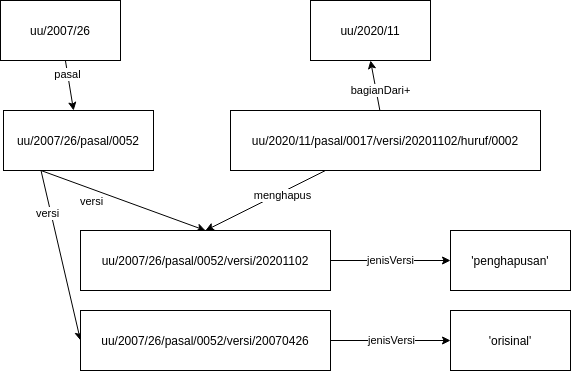
Above: paper/pictures/delete.png in aabccd021/legal-kg (draw.io), before the change. Source tidied: cells renumbered, new cells last; positions are measured from the earlier drawing's top-left corner, leaving out a move shared by most shapes. Its diagram source:
```xml
<mxGraphModel>
  <root>
    <mxCell id="0" />
    <mxCell id="1" parent="0" />
    <mxCell id="2" style="rounded=0;jettySize=auto;html=1;" parent="1" edge="1" source="4" target="9">
      <mxGeometry relative="1" as="geometry" />
    </mxCell>
    <mxCell id="3" value="pasal" style="edgeLabel;html=1;align=center;verticalAlign=middle;" parent="2" vertex="1">
      <mxGeometry x="-0.47" relative="1" as="geometry" />
    </mxCell>
    <mxCell id="4" value="uu/2007/26" style="whiteSpace=wrap;html=1;" parent="1" vertex="1">
      <mxGeometry width="120" height="60" as="geometry" />
    </mxCell>
    <mxCell id="5" style="edgeStyle=none;rounded=0;jettySize=auto;html=1;entryX=0.5;entryY=0;entryDx=0;entryDy=0;exitX=0.25;exitY=1;exitDx=0;exitDy=0;" parent="1" edge="1" source="9" target="12">
      <mxGeometry relative="1" as="geometry" />
    </mxCell>
    <mxCell id="6" value="versi" style="edgeLabel;html=1;align=center;verticalAlign=middle;" parent="5" vertex="1">
      <mxGeometry x="-0.53" y="-2" relative="1" as="geometry">
        <mxPoint x="12.4" y="15.2" as="offset" />
      </mxGeometry>
    </mxCell>
    <mxCell id="7" style="rounded=0;jettySize=auto;html=1;exitX=0.25;exitY=1;exitDx=0;exitDy=0;entryX=0;entryY=0.5;entryDx=0;entryDy=0;" parent="1" edge="1" source="9" target="22">
      <mxGeometry relative="1" as="geometry" />
    </mxCell>
    <mxCell id="8" value="versi" style="edgeLabel;html=1;align=center;verticalAlign=middle;" parent="7" vertex="1">
      <mxGeometry x="-0.52" y="-4" relative="1" as="geometry" />
    </mxCell>
    <mxCell id="9" value="uu/2007/26/pasal/0052" style="whiteSpace=wrap;html=1;" parent="1" vertex="1">
      <mxGeometry x="3" y="110" width="150" height="60" as="geometry" />
    </mxCell>
    <mxCell id="10" style="edgeStyle=none;rounded=0;jettySize=auto;html=1;entryX=0;entryY=0.5;entryDx=0;entryDy=0;" parent="1" edge="1" source="12" target="19">
      <mxGeometry relative="1" as="geometry" />
    </mxCell>
    <mxCell id="11" value="jenisVersi" style="edgeLabel;html=1;align=center;verticalAlign=middle;" parent="10" vertex="1">
      <mxGeometry x="0.26" y="1" relative="1" as="geometry">
        <mxPoint x="-15.8" y="1" as="offset" />
      </mxGeometry>
    </mxCell>
    <mxCell id="12" value="uu/2007/26/pasal/0052/versi/20201102" style="whiteSpace=wrap;html=1;" parent="1" vertex="1">
      <mxGeometry x="80" y="230" width="250" height="60" as="geometry" />
    </mxCell>
    <mxCell id="13" style="edgeStyle=none;rounded=0;jettySize=auto;html=1;entryX=0.5;entryY=1;entryDx=0;entryDy=0;" parent="1" edge="1" source="17" target="18">
      <mxGeometry relative="1" as="geometry" />
    </mxCell>
    <mxCell id="14" value="bagianDari+" style="edgeLabel;html=1;align=center;verticalAlign=middle;" parent="13" vertex="1">
      <mxGeometry x="0.32" y="-3" relative="1" as="geometry">
        <mxPoint x="3.8" y="13.3" as="offset" />
      </mxGeometry>
    </mxCell>
    <mxCell id="15" style="edgeStyle=none;rounded=0;jettySize=auto;html=1;entryX=0.5;entryY=0;entryDx=0;entryDy=0;" parent="1" edge="1" source="17" target="12">
      <mxGeometry relative="1" as="geometry" />
    </mxCell>
    <mxCell id="16" value="menghapus" style="edgeLabel;html=1;align=center;verticalAlign=middle;" parent="15" vertex="1">
      <mxGeometry x="-0.26" y="2" relative="1" as="geometry" />
    </mxCell>
    <mxCell id="17" value="uu/2020/11/pasal/0017/versi/20201102/huruf/0002" style="whiteSpace=wrap;html=1;" parent="1" vertex="1">
      <mxGeometry x="230" y="110" width="310" height="60" as="geometry" />
    </mxCell>
    <mxCell id="18" value="uu/2020/11" style="whiteSpace=wrap;html=1;" parent="1" vertex="1">
      <mxGeometry x="310" width="120" height="60" as="geometry" />
    </mxCell>
    <mxCell id="19" value="'penghapusan'" style="whiteSpace=wrap;html=1;" parent="1" vertex="1">
      <mxGeometry x="450" y="230" width="120" height="60" as="geometry" />
    </mxCell>
    <mxCell id="20" style="edgeStyle=none;rounded=0;jettySize=auto;html=1;entryX=0;entryY=0.5;entryDx=0;entryDy=0;" parent="1" edge="1" source="22" target="23">
      <mxGeometry relative="1" as="geometry" />
    </mxCell>
    <mxCell id="21" value="jenisVersi" style="edgeLabel;html=1;align=center;verticalAlign=middle;" parent="20" vertex="1">
      <mxGeometry x="0.23" y="-2" relative="1" as="geometry">
        <mxPoint x="-14" y="-2" as="offset" />
      </mxGeometry>
    </mxCell>
    <mxCell id="22" value="uu/2007/26/pasal/0052/versi/20070426" style="whiteSpace=wrap;html=1;" parent="1" vertex="1">
      <mxGeometry x="80" y="310" width="250" height="60" as="geometry" />
    </mxCell>
    <mxCell id="23" value="'orisinal'" style="whiteSpace=wrap;html=1;" parent="1" vertex="1">
      <mxGeometry x="450" y="310" width="120" height="60" as="geometry" />
    </mxCell>
  </root>
</mxGraphModel>
```
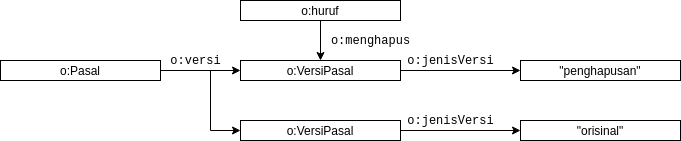
After the change.

The edit, as a diff of the source:
```diff
@@ -2,79 +2,55 @@
   <root>
     <mxCell id="0" />
     <mxCell id="1" parent="0" />
-    <mxCell id="2" style="rounded=0;jettySize=auto;html=1;" parent="1" edge="1" source="4" target="9">
-      <mxGeometry relative="1" as="geometry" />
-    </mxCell>
-    <mxCell id="3" value="pasal" style="edgeLabel;html=1;align=center;verticalAlign=middle;" parent="2" vertex="1">
-      <mxGeometry x="-0.47" relative="1" as="geometry" />
-    </mxCell>
-    <mxCell id="4" value="uu/2007/26" style="whiteSpace=wrap;html=1;" parent="1" vertex="1">
-      <mxGeometry width="120" height="60" as="geometry" />
-    </mxCell>
-    <mxCell id="5" style="edgeStyle=none;rounded=0;jettySize=auto;html=1;entryX=0.5;entryY=0;entryDx=0;entryDy=0;exitX=0.25;exitY=1;exitDx=0;exitDy=0;" parent="1" edge="1" source="9" target="12">
-      <mxGeometry relative="1" as="geometry" />
-    </mxCell>
-    <mxCell id="6" value="versi" style="edgeLabel;html=1;align=center;verticalAlign=middle;" parent="5" vertex="1">
-      <mxGeometry x="-0.53" y="-2" relative="1" as="geometry">
-        <mxPoint x="12.4" y="15.2" as="offset" />
-      </mxGeometry>
-    </mxCell>
-    <mxCell id="7" style="rounded=0;jettySize=auto;html=1;exitX=0.25;exitY=1;exitDx=0;exitDy=0;entryX=0;entryY=0.5;entryDx=0;entryDy=0;" parent="1" edge="1" source="9" target="22">
-      <mxGeometry relative="1" as="geometry" />
-    </mxCell>
-    <mxCell id="8" value="versi" style="edgeLabel;html=1;align=center;verticalAlign=middle;" parent="7" vertex="1">
-      <mxGeometry x="-0.52" y="-4" relative="1" as="geometry" />
-    </mxCell>
-    <mxCell id="9" value="uu/2007/26/pasal/0052" style="whiteSpace=wrap;html=1;" parent="1" vertex="1">
-      <mxGeometry x="3" y="110" width="150" height="60" as="geometry" />
-    </mxCell>
-    <mxCell id="10" style="edgeStyle=none;rounded=0;jettySize=auto;html=1;entryX=0;entryY=0.5;entryDx=0;entryDy=0;" parent="1" edge="1" source="12" target="19">
-      <mxGeometry relative="1" as="geometry" />
-    </mxCell>
-    <mxCell id="11" value="jenisVersi" style="edgeLabel;html=1;align=center;verticalAlign=middle;" parent="10" vertex="1">
-      <mxGeometry x="0.26" y="1" relative="1" as="geometry">
-        <mxPoint x="-15.8" y="1" as="offset" />
-      </mxGeometry>
-    </mxCell>
-    <mxCell id="12" value="uu/2007/26/pasal/0052/versi/20201102" style="whiteSpace=wrap;html=1;" parent="1" vertex="1">
-      <mxGeometry x="80" y="230" width="250" height="60" as="geometry" />
-    </mxCell>
-    <mxCell id="13" style="edgeStyle=none;rounded=0;jettySize=auto;html=1;entryX=0.5;entryY=1;entryDx=0;entryDy=0;" parent="1" edge="1" source="17" target="18">
-      <mxGeometry relative="1" as="geometry" />
-    </mxCell>
-    <mxCell id="14" value="bagianDari+" style="edgeLabel;html=1;align=center;verticalAlign=middle;" parent="13" vertex="1">
-      <mxGeometry x="0.32" y="-3" relative="1" as="geometry">
-        <mxPoint x="3.8" y="13.3" as="offset" />
-      </mxGeometry>
-    </mxCell>
-    <mxCell id="15" style="edgeStyle=none;rounded=0;jettySize=auto;html=1;entryX=0.5;entryY=0;entryDx=0;entryDy=0;" parent="1" edge="1" source="17" target="12">
-      <mxGeometry relative="1" as="geometry" />
-    </mxCell>
-    <mxCell id="16" value="menghapus" style="edgeLabel;html=1;align=center;verticalAlign=middle;" parent="15" vertex="1">
-      <mxGeometry x="-0.26" y="2" relative="1" as="geometry" />
-    </mxCell>
-    <mxCell id="17" value="uu/2020/11/pasal/0017/versi/20201102/huruf/0002" style="whiteSpace=wrap;html=1;" parent="1" vertex="1">
-      <mxGeometry x="230" y="110" width="310" height="60" as="geometry" />
-    </mxCell>
-    <mxCell id="18" value="uu/2020/11" style="whiteSpace=wrap;html=1;" parent="1" vertex="1">
-      <mxGeometry x="310" width="120" height="60" as="geometry" />
-    </mxCell>
-    <mxCell id="19" value="'penghapusan'" style="whiteSpace=wrap;html=1;" parent="1" vertex="1">
-      <mxGeometry x="450" y="230" width="120" height="60" as="geometry" />
-    </mxCell>
-    <mxCell id="20" style="edgeStyle=none;rounded=0;jettySize=auto;html=1;entryX=0;entryY=0.5;entryDx=0;entryDy=0;" parent="1" edge="1" source="22" target="23">
-      <mxGeometry relative="1" as="geometry" />
-    </mxCell>
-    <mxCell id="21" value="jenisVersi" style="edgeLabel;html=1;align=center;verticalAlign=middle;" parent="20" vertex="1">
-      <mxGeometry x="0.23" y="-2" relative="1" as="geometry">
-        <mxPoint x="-14" y="-2" as="offset" />
-      </mxGeometry>
-    </mxCell>
-    <mxCell id="22" value="uu/2007/26/pasal/0052/versi/20070426" style="whiteSpace=wrap;html=1;" parent="1" vertex="1">
-      <mxGeometry x="80" y="310" width="250" height="60" as="geometry" />
-    </mxCell>
-    <mxCell id="23" value="'orisinal'" style="whiteSpace=wrap;html=1;" parent="1" vertex="1">
-      <mxGeometry x="450" y="310" width="120" height="60" as="geometry" />
-    </mxCell>
+    <mxCell id="24" style="edgeStyle=orthogonalEdgeStyle;rounded=0;jettySize=auto;html=1;entryX=0;entryY=0.5;entryDx=0;entryDy=0;" parent="1" edge="1" source="26" target="28">
+      <mxGeometry relative="1" as="geometry" />
+    </mxCell>
+    <mxCell id="25" style="edgeStyle=orthogonalEdgeStyle;rounded=0;jettySize=auto;html=1;entryX=0;entryY=0.5;entryDx=0;entryDy=0;" parent="1" edge="1" source="26" target="30">
+      <mxGeometry relative="1" as="geometry">
+        <Array as="points">
+          <mxPoint x="170" y="470" />
+          <mxPoint x="170" y="530" />
+        </Array>
+      </mxGeometry>
+    </mxCell>
+    <mxCell id="26" value="o:Pasal" style="whiteSpace=wrap;html=1;" parent="1" vertex="1">
+      <mxGeometry x="-40" y="460" width="160" height="20" as="geometry" />
+    </mxCell>
+    <mxCell id="27" style="edgeStyle=orthogonalEdgeStyle;rounded=0;jettySize=auto;html=1;entryX=0;entryY=0.5;entryDx=0;entryDy=0;" parent="1" edge="1" source="28" target="31">
+      <mxGeometry relative="1" as="geometry" />
+    </mxCell>
+    <mxCell id="28" value="o:VersiPasal" style="whiteSpace=wrap;html=1;" parent="1" vertex="1">
+      <mxGeometry x="200" y="460" width="160" height="20" as="geometry" />
+    </mxCell>
+    <mxCell id="29" style="edgeStyle=orthogonalEdgeStyle;rounded=0;jettySize=auto;html=1;entryX=0;entryY=0.5;entryDx=0;entryDy=0;" parent="1" edge="1" source="30" target="32">
+      <mxGeometry relative="1" as="geometry" />
+    </mxCell>
+    <mxCell id="30" value="o:VersiPasal" style="whiteSpace=wrap;html=1;" parent="1" vertex="1">
+      <mxGeometry x="200" y="520" width="160" height="20" as="geometry" />
+    </mxCell>
+    <mxCell id="31" value="&quot;penghapusan&quot;" style="whiteSpace=wrap;html=1;" parent="1" vertex="1">
+      <mxGeometry x="480" y="460" width="160" height="20" as="geometry" />
+    </mxCell>
+    <mxCell id="32" value="&quot;orisinal&quot;" style="whiteSpace=wrap;html=1;" parent="1" vertex="1">
+      <mxGeometry x="480" y="520" width="160" height="20" as="geometry" />
+    </mxCell>
+    <mxCell id="33" value="&lt;font face=&quot;Courier New&quot;&gt;o:versi&lt;/font&gt;" style="text;html=1;align=center;verticalAlign=middle;strokeColor=none;" parent="1" vertex="1">
+      <mxGeometry x="120" y="450" width="70" height="20" as="geometry" />
+    </mxCell>
+    <mxCell id="34" value="&lt;font face=&quot;Courier New&quot;&gt;o:jenisVersi&lt;/font&gt;" style="text;html=1;align=center;verticalAlign=middle;strokeColor=none;" parent="1" vertex="1">
+      <mxGeometry x="360" y="450" width="100" height="20" as="geometry" />
+    </mxCell>
+    <mxCell id="35" value="&lt;font face=&quot;Courier New&quot;&gt;o:jenisVersi&lt;/font&gt;" style="text;html=1;align=center;verticalAlign=middle;strokeColor=none;" parent="1" vertex="1">
+      <mxGeometry x="360" y="510" width="100" height="20" as="geometry" />
+    </mxCell>
+    <mxCell id="36" style="edgeStyle=orthogonalEdgeStyle;rounded=0;jettySize=auto;html=1;entryX=0.5;entryY=0;entryDx=0;entryDy=0;" parent="1" edge="1" source="37" target="28">
+      <mxGeometry relative="1" as="geometry" />
+    </mxCell>
+    <mxCell id="37" value="o:huruf" style="whiteSpace=wrap;html=1;" parent="1" vertex="1">
+      <mxGeometry x="200" y="400" width="160" height="20" as="geometry" />
+    </mxCell>
+    <mxCell id="38" value="&lt;font face=&quot;Courier New&quot;&gt;o:menghapus&lt;/font&gt;" style="text;html=1;align=center;verticalAlign=middle;strokeColor=none;" parent="1" vertex="1">
+      <mxGeometry x="285" y="430" width="90" height="20" as="geometry" />
+    </mxCell>
   </root>
 </mxGraphModel>
```
